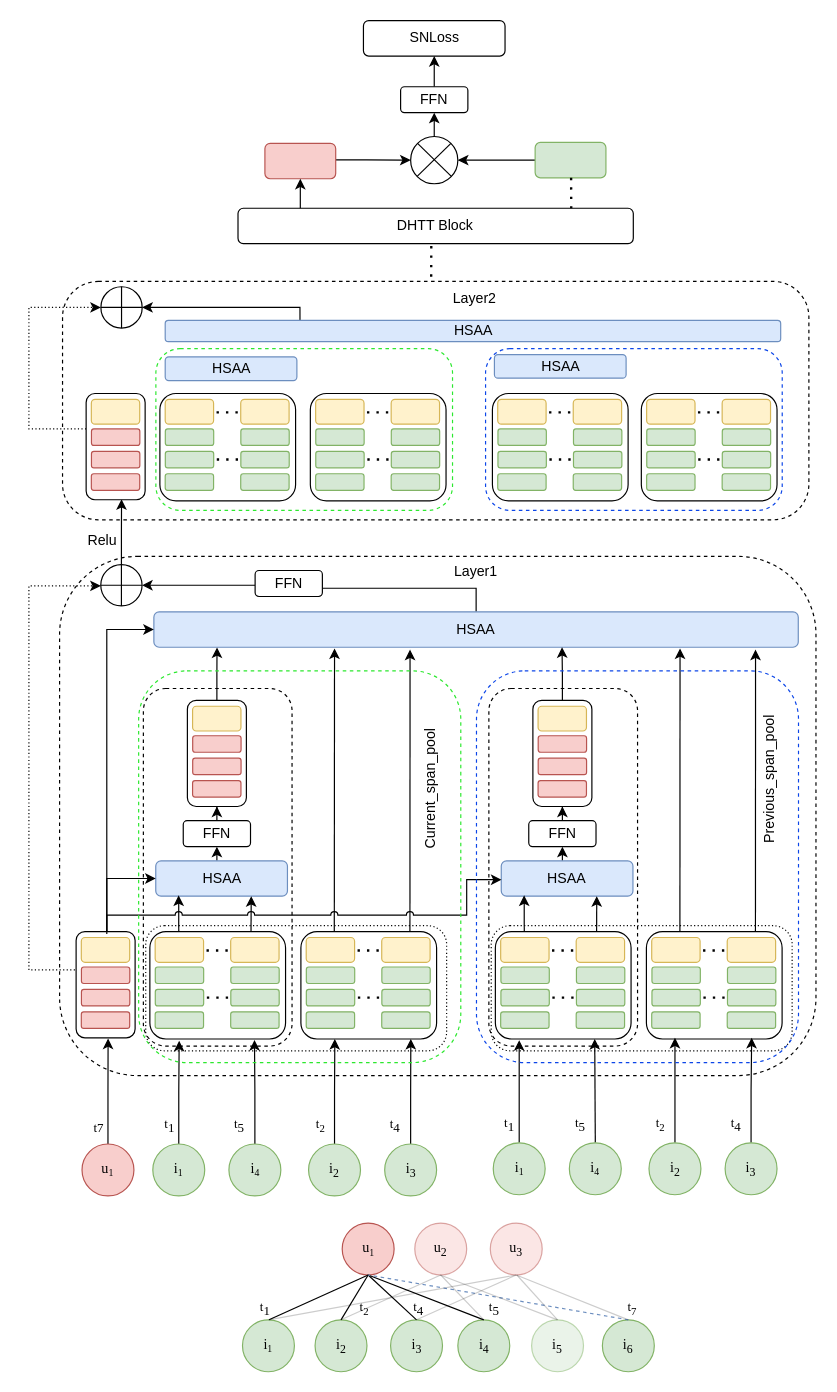
The draw.io diagram MyGNN_2.drawio in ZYNsama666/BackUp, before the edit. Source tidied: cells renumbered, new cells numbered last; positions are measured from the earlier drawing's top-left corner, leaving out a move shared by most shapes. Both pictures are drawn from the tidied source at 118%, with x=0, y=0 at pixel (28, 20).
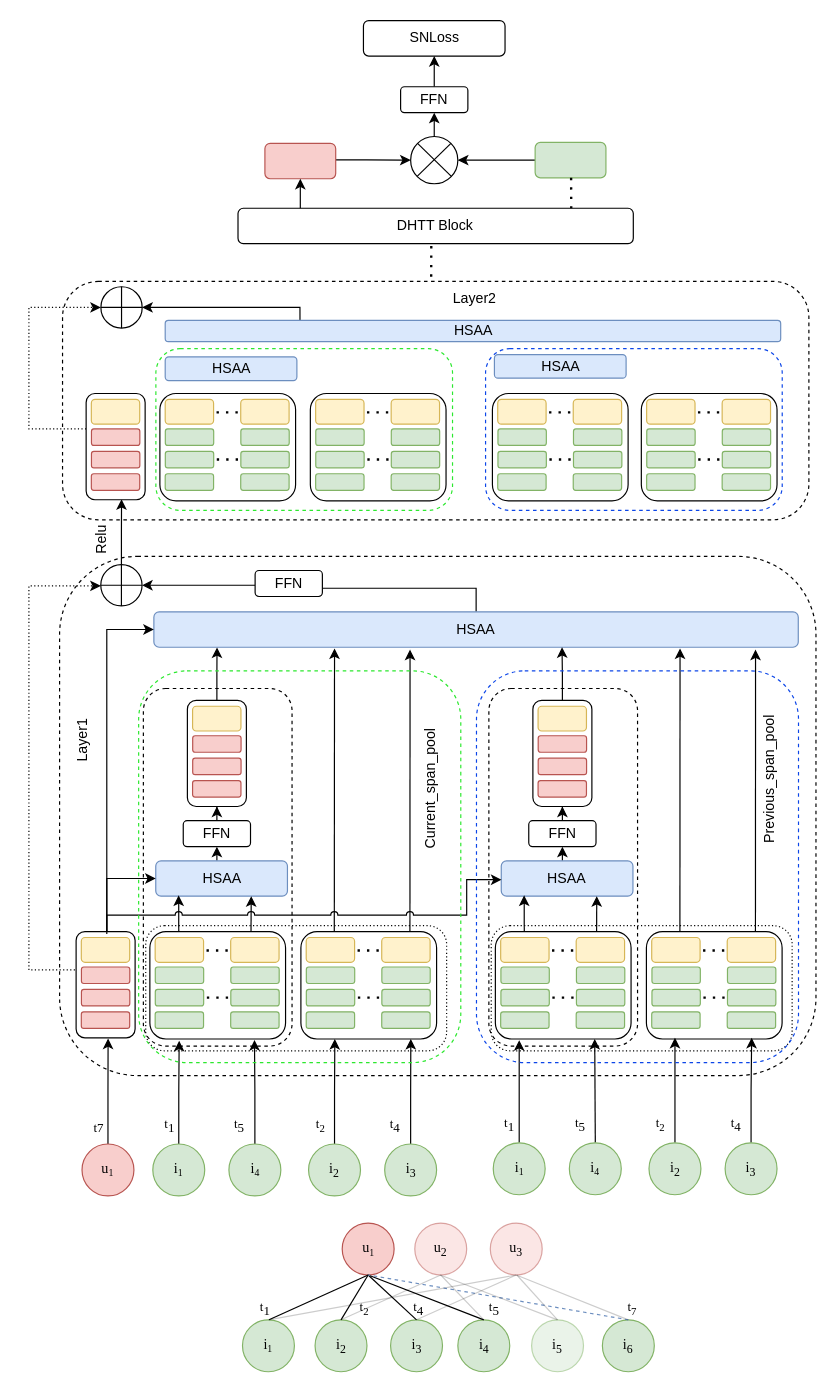
The same diagram, later.

The edit, as a diff of the source:
```diff
@@
-    <mxCell id="40" value="Layer1" style="text;html=1;strokeColor=none;fillColor=none;align=center;verticalAlign=middle;whiteSpace=wrap;rounded=0;rotation=0;" parent="1" vertex="1">
-      <mxGeometry x="348.9" y="452" width="60" height="30" as="geometry" />
+    <mxCell id="40" value="Layer1" style="text;html=1;strokeColor=none;fillColor=none;align=center;verticalAlign=middle;whiteSpace=wrap;rounded=0;rotation=-90;" parent="1" vertex="1">
+      <mxGeometry x="16" y="595" width="60" height="30" as="geometry" />
     </mxCell>
@@
-    <mxCell id="93" value="Relu" style="text;html=1;align=center;verticalAlign=middle;strokeColor=none;fillColor=none;" parent="1" vertex="1">
+    <mxCell id="93" value="Relu" style="text;html=1;align=center;verticalAlign=middle;strokeColor=none;fillColor=none;rotation=-90;" parent="1" vertex="1">
       <mxGeometry x="40" y="428" width="43" height="26" as="geometry" />
     </mxCell>
```
